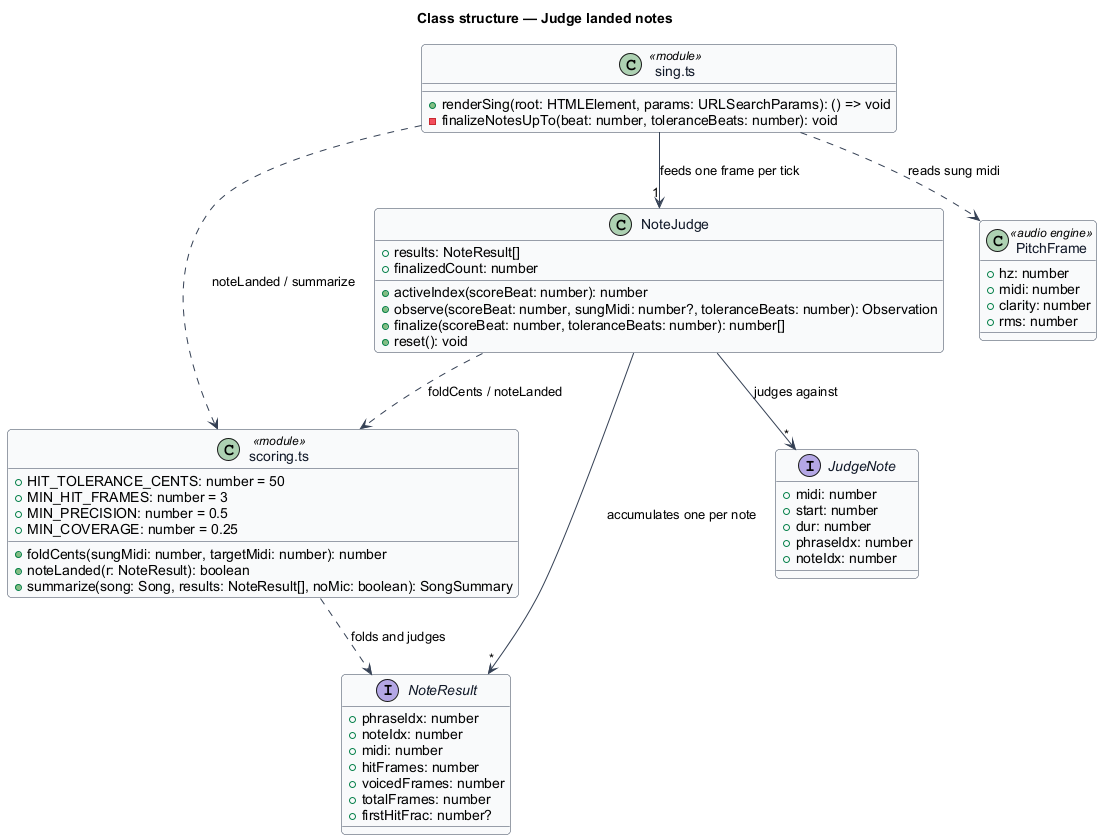
Earlier version of the PlantUML export docs/detailed-designs/scoring-and-results/judge-landed-notes/diagrams/class-structure.png (QuinntyneBrown/TwinkleTune). Its diagram source:
```plantuml
@startuml
skinparam backgroundColor #FFFFFF
skinparam shadowing false
skinparam roundcorner 8
skinparam defaultFontName Arial
skinparam ArrowColor #344054
skinparam class {
  BorderColor #344054
  FontColor #101828
  BackgroundColor #F9FAFB
}
title Class structure — Judge landed notes

interface NoteResult {
  +phraseIdx: number
  +noteIdx: number
  +midi: number
  +hitFrames: number
  +voicedFrames: number
  +totalFrames: number
  +firstHitFrac: number?
}

class "scoring.ts" as ScoringMod <<module>> {
  +HIT_TOLERANCE_CENTS: number = 50
  +MIN_HIT_FRAMES: number = 3
  +MIN_PRECISION: number = 0.5
  +MIN_COVERAGE: number = 0.25
  +foldCents(sungMidi: number, targetMidi: number): number
  +noteLanded(r: NoteResult): boolean
  +summarize(song: Song, results: NoteResult[], noMic: boolean): SongSummary
}

class NoteJudge {
  +results: NoteResult[]
  +finalizedCount: number
  +activeIndex(scoreBeat: number): number
  +observe(scoreBeat: number, sungMidi: number?, toleranceBeats: number): Observation
  +finalize(scoreBeat: number, toleranceBeats: number): number[]
  +reset(): void
}

class "sing.ts" as SingMod <<module>> {
  +renderSing(root: HTMLElement, params: URLSearchParams): () => void
  -finalizeNotesUpTo(beat: number, toleranceBeats: number): void
}

interface JudgeNote {
  +midi: number
  +start: number
  +dur: number
  +phraseIdx: number
  +noteIdx: number
}

class PitchFrame <<audio engine>> {
  +hz: number
  +midi: number
  +clarity: number
  +rms: number
}

ScoringMod ..> NoteResult : folds and judges
NoteJudge --> "*" NoteResult : accumulates one per note
NoteJudge --> "*" JudgeNote : judges against
NoteJudge ..> ScoringMod : foldCents / noteLanded
SingMod --> "1" NoteJudge : feeds one frame per tick
SingMod ..> PitchFrame : reads sung midi
SingMod ..> ScoringMod : noteLanded / summarize
@enduml
```
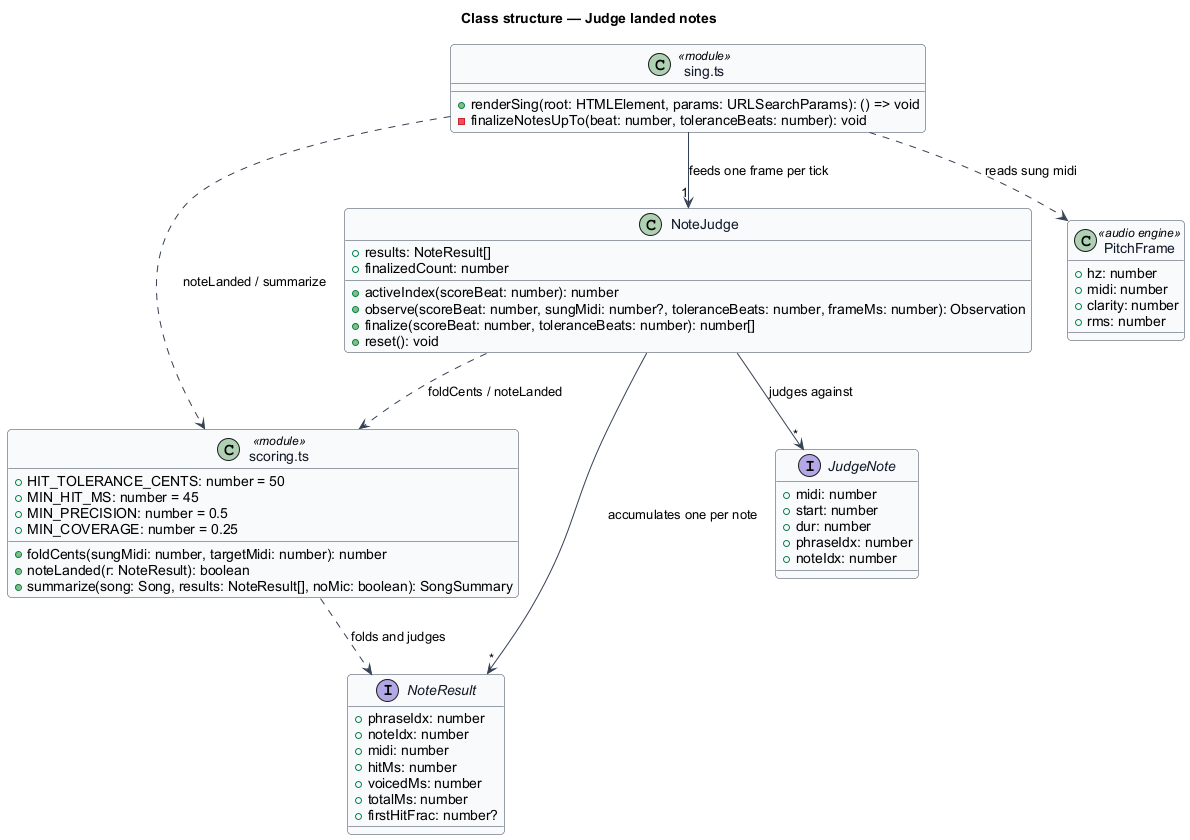
The same file after the commit.

What changed in the source:
```diff
@@ -15,15 +15,15 @@
   +phraseIdx: number
   +noteIdx: number
   +midi: number
-  +hitFrames: number
-  +voicedFrames: number
-  +totalFrames: number
+  +hitMs: number
+  +voicedMs: number
+  +totalMs: number
   +firstHitFrac: number?
 }
 
 class "scoring.ts" as ScoringMod <<module>> {
   +HIT_TOLERANCE_CENTS: number = 50
-  +MIN_HIT_FRAMES: number = 3
+  +MIN_HIT_MS: number = 45
   +MIN_PRECISION: number = 0.5
   +MIN_COVERAGE: number = 0.25
   +foldCents(sungMidi: number, targetMidi: number): number
@@ -35,7 +35,7 @@
   +results: NoteResult[]
   +finalizedCount: number
   +activeIndex(scoreBeat: number): number
-  +observe(scoreBeat: number, sungMidi: number?, toleranceBeats: number): Observation
+  +observe(scoreBeat: number, sungMidi: number?, toleranceBeats: number, frameMs: number): Observation
   +finalize(scoreBeat: number, toleranceBeats: number): number[]
   +reset(): void
 }
```
